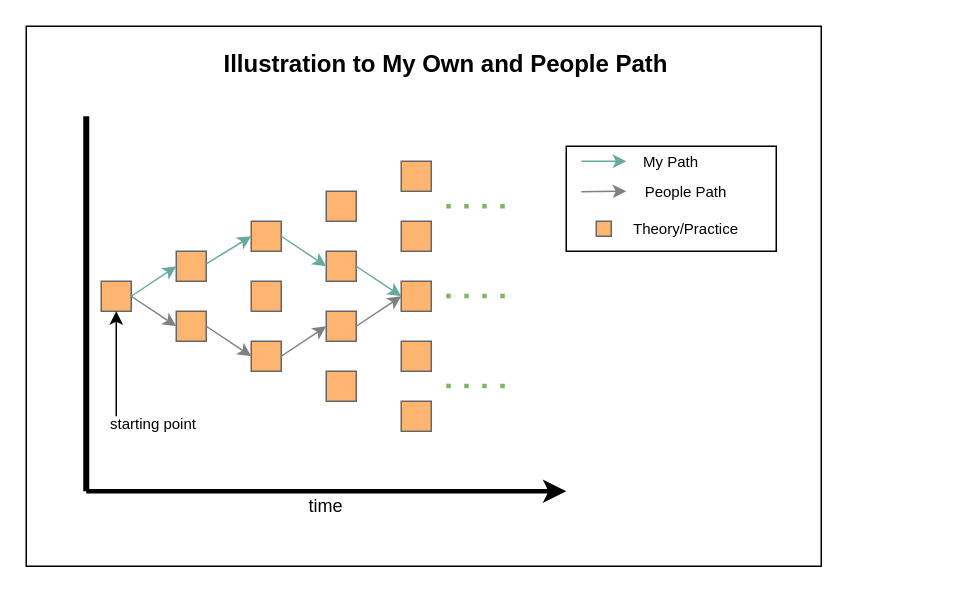
This is cybernetworkroadmap.drawio from troders34/roadmap, a draw.io file, before an edit. Source tidied: cells renumbered, new cells numbered last; positions are measured from the earlier drawing's top-left corner, leaving out a move shared by most shapes. Both pictures are drawn from the tidied source at 150%, with x=0, y=0 at pixel (26, 26).
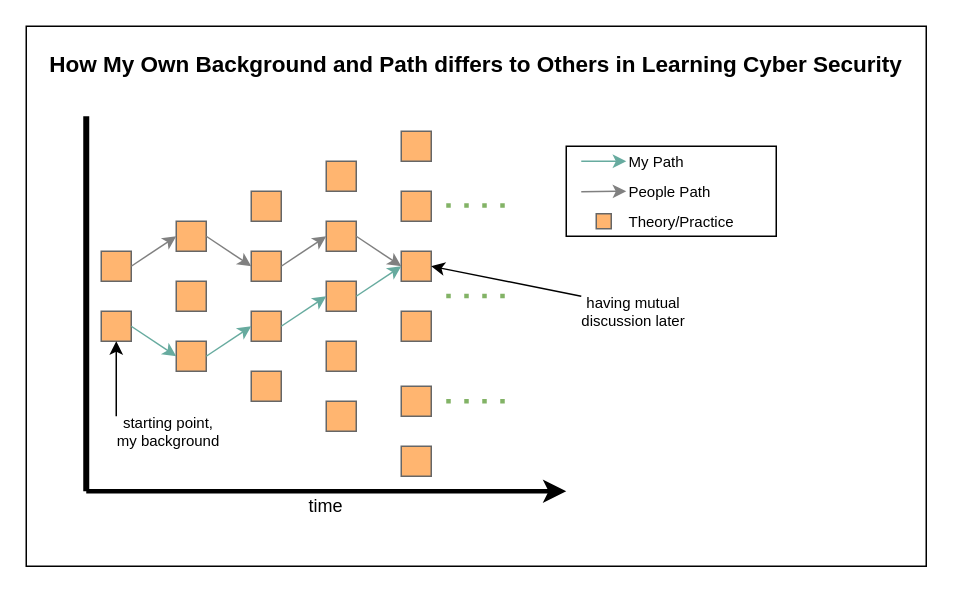
The same page after the edit.

What changed in the source:
```diff
@@
-    <mxCell id="2" style="group;" parent="1" vertex="1">
-      <mxGeometry width="530" height="360" as="geometry" />
-    </mxCell>
-    <mxCell id="3" style="rounded=0;whiteSpace=wrap;html=1;" parent="2" vertex="1">
-      <mxGeometry width="530" height="360" as="geometry" />
+    <mxCell id="3" style="rounded=0;whiteSpace=wrap;html=1;" parent="1" vertex="1">
+      <mxGeometry width="600" height="360" as="geometry" />
     </mxCell>
-    <mxCell id="4" style="rounded=1;whiteSpace=wrap;html=1;fillColor=#FFB570;strokeColor=#666666;arcSize=0;fontColor=#333333;" parent="2" vertex="1">
-      <mxGeometry x="150" y="210" width="20" height="20" as="geometry" />
+    <mxCell id="4" style="rounded=1;whiteSpace=wrap;html=1;fillColor=#FFB570;strokeColor=#666666;arcSize=0;fontColor=#333333;" parent="1" vertex="1">
+      <mxGeometry x="100" y="210" width="20" height="20" as="geometry" />
     </mxCell>
-    <mxCell id="5" style="rounded=1;whiteSpace=wrap;html=1;fillColor=#FFB570;strokeColor=#666666;arcSize=0;fontColor=#333333;" parent="2" vertex="1">
-      <mxGeometry x="150" y="170" width="20" height="20" as="geometry" />
+    <mxCell id="5" style="rounded=1;whiteSpace=wrap;html=1;fillColor=#FFB570;strokeColor=#666666;arcSize=0;fontColor=#333333;" parent="1" vertex="1">
+      <mxGeometry x="100" y="170" width="20" height="20" as="geometry" />
     </mxCell>
-    <mxCell id="6" style="rounded=1;whiteSpace=wrap;html=1;fillColor=#FFB570;strokeColor=#666666;arcSize=0;fontColor=#333333;" parent="2" vertex="1">
-      <mxGeometry x="250" y="250" width="20" height="20" as="geometry" />
+    <mxCell id="6" style="rounded=1;whiteSpace=wrap;html=1;fillColor=#FFB570;strokeColor=#666666;arcSize=0;fontColor=#333333;" parent="1" vertex="1">
+      <mxGeometry x="200" y="250" width="20" height="20" as="geometry" />
     </mxCell>
-    <mxCell id="7" style="rounded=1;whiteSpace=wrap;html=1;fillColor=#FFB570;strokeColor=#666666;arcSize=0;fontColor=#333333;" parent="2" vertex="1">
-      <mxGeometry x="250" y="210" width="20" height="20" as="geometry" />
+    <mxCell id="7" style="rounded=1;whiteSpace=wrap;html=1;fillColor=#FFB570;strokeColor=#666666;arcSize=0;fontColor=#333333;" parent="1" vertex="1">
+      <mxGeometry x="200" y="210" width="20" height="20" as="geometry" />
     </mxCell>
-    <mxCell id="8" style="rounded=1;whiteSpace=wrap;html=1;fillColor=#FFB570;strokeColor=#666666;arcSize=0;fontColor=#333333;" parent="2" vertex="1">
-      <mxGeometry x="250" y="170" width="20" height="20" as="geometry" />
+    <mxCell id="8" style="rounded=1;whiteSpace=wrap;html=1;fillColor=#FFB570;strokeColor=#666666;arcSize=0;fontColor=#333333;" parent="1" vertex="1">
+      <mxGeometry x="200" y="170" width="20" height="20" as="geometry" />
     </mxCell>
-    <mxCell id="9" style="rounded=1;whiteSpace=wrap;html=1;fillColor=#FFB570;strokeColor=#666666;arcSize=0;fontColor=#333333;" parent="2" vertex="1">
-      <mxGeometry x="200" y="150" width="20" height="20" as="geometry" />
+    <mxCell id="9" style="rounded=1;whiteSpace=wrap;html=1;fillColor=#FFB570;strokeColor=#666666;arcSize=0;fontColor=#333333;" parent="1" vertex="1">
+      <mxGeometry x="150" y="150" width="20" height="20" as="geometry" />
     </mxCell>
-    <mxCell id="10" style="rounded=1;whiteSpace=wrap;html=1;fillColor=#FFB570;strokeColor=#666666;arcSize=0;fontColor=#333333;" parent="2" vertex="1">
-      <mxGeometry x="200" y="110" width="20" height="20" as="geometry" />
+    <mxCell id="10" style="rounded=1;whiteSpace=wrap;html=1;fillColor=#FFB570;strokeColor=#666666;arcSize=0;fontColor=#333333;" parent="1" vertex="1">
+      <mxGeometry x="150" y="110" width="20" height="20" as="geometry" />
     </mxCell>
-    <mxCell id="11" style="rounded=1;whiteSpace=wrap;html=1;fillColor=#FFB570;strokeColor=#666666;arcSize=0;fontColor=#333333;" parent="2" vertex="1">
-      <mxGeometry x="250" y="130" width="20" height="20" as="geometry" />
+    <mxCell id="11" style="rounded=1;whiteSpace=wrap;html=1;fillColor=#FFB570;strokeColor=#666666;arcSize=0;fontColor=#333333;" parent="1" vertex="1">
+      <mxGeometry x="200" y="130" width="20" height="20" as="geometry" />
     </mxCell>
-    <mxCell id="12" style="rounded=1;whiteSpace=wrap;html=1;fillColor=#FFB570;strokeColor=#666666;arcSize=0;fontColor=#333333;" parent="2" vertex="1">
-      <mxGeometry x="200" y="230" width="20" height="20" as="geometry" />
+    <mxCell id="12" style="rounded=1;whiteSpace=wrap;html=1;fillColor=#FFB570;strokeColor=#666666;arcSize=0;fontColor=#333333;" parent="1" vertex="1">
+      <mxGeometry x="150" y="230" width="20" height="20" as="geometry" />
     </mxCell>
-    <mxCell id="13" style="rounded=1;whiteSpace=wrap;html=1;fillColor=#FFB570;strokeColor=#666666;arcSize=0;fontColor=#333333;" parent="2" vertex="1">
-      <mxGeometry x="200" y="190" width="20" height="20" as="geometry" />
+    <mxCell id="13" style="rounded=1;whiteSpace=wrap;html=1;fillColor=#FFB570;strokeColor=#666666;arcSize=0;fontColor=#333333;" parent="1" vertex="1">
+      <mxGeometry x="150" y="190" width="20" height="20" as="geometry" />
     </mxCell>
-    <mxCell id="14" style="rounded=1;whiteSpace=wrap;html=1;fillColor=#FFB570;strokeColor=#666666;arcSize=0;fontColor=#333333;" parent="2" vertex="1">
-      <mxGeometry x="250" y="90" width="20" height="20" as="geometry" />
+    <mxCell id="14" style="rounded=1;whiteSpace=wrap;html=1;fillColor=#FFB570;strokeColor=#666666;arcSize=0;fontColor=#333333;" parent="1" vertex="1">
+      <mxGeometry x="200" y="90" width="20" height="20" as="geometry" />
     </mxCell>
-    <mxCell id="15" style="rounded=1;whiteSpace=wrap;html=1;fillColor=#FFB570;strokeColor=#666666;arcSize=0;fontColor=#333333;" parent="2" vertex="1">
-      <mxGeometry x="150" y="130" width="20" height="20" as="geometry" />
+    <mxCell id="15" style="rounded=1;whiteSpace=wrap;html=1;fillColor=#FFB570;strokeColor=#666666;arcSize=0;fontColor=#333333;" parent="1" vertex="1">
+      <mxGeometry x="100" y="130" width="20" height="20" as="geometry" />
     </mxCell>
-    <mxCell id="16" style="rounded=1;whiteSpace=wrap;html=1;fillColor=#FFB570;strokeColor=#666666;arcSize=0;fontColor=#333333;" parent="2" vertex="1">
-      <mxGeometry x="100" y="190" width="20" height="20" as="geometry" />
+    <mxCell id="16" style="rounded=1;whiteSpace=wrap;html=1;fillColor=#FFB570;strokeColor=#666666;arcSize=0;fontColor=#333333;" parent="1" vertex="1">
+      <mxGeometry x="50" y="190" width="20" height="20" as="geometry" />
     </mxCell>
-    <mxCell id="17" style="rounded=1;whiteSpace=wrap;html=1;fillColor=#FFB570;strokeColor=#666666;arcSize=0;fontColor=#333333;" parent="2" vertex="1">
-      <mxGeometry x="100" y="150" width="20" height="20" as="geometry" />
+    <mxCell id="17" style="rounded=1;whiteSpace=wrap;html=1;fillColor=#FFB570;strokeColor=#666666;arcSize=0;fontColor=#333333;" parent="1" vertex="1">
+      <mxGeometry x="50" y="150" width="20" height="20" as="geometry" />
     </mxCell>
-    <mxCell id="18" style="rounded=1;whiteSpace=wrap;html=1;fillColor=#FFB570;strokeColor=#666666;arcSize=0;fontColor=#333333;" parent="2" vertex="1">
-      <mxGeometry x="50" y="170" width="20" height="20" as="geometry" />
-    </mxCell>
-    <mxCell id="19" style="endArrow=none;dashed=1;html=1;dashPattern=1 3;strokeWidth=3;rounded=0;fillColor=#d5e8d4;strokeColor=#82b366;" parent="2" edge="1">
+    <mxCell id="19" style="endArrow=none;dashed=1;html=1;dashPattern=1 3;strokeWidth=3;rounded=0;fillColor=#d5e8d4;strokeColor=#82b366;" parent="1" edge="1">
       <mxGeometry relative="1" as="geometry">
-        <mxPoint x="280" y="120" as="sourcePoint" />
-        <mxPoint x="320" y="120" as="targetPoint" />
+        <mxPoint x="280" y="119.5" as="sourcePoint" />
+        <mxPoint x="320" y="119.5" as="targetPoint" />
       </mxGeometry>
     </mxCell>
-    <mxCell id="20" style="endArrow=none;dashed=1;html=1;dashPattern=1 3;strokeWidth=3;rounded=0;fillColor=#d5e8d4;strokeColor=#82b366;" parent="2" edge="1">
+    <mxCell id="20" style="endArrow=none;dashed=1;html=1;dashPattern=1 3;strokeWidth=3;rounded=0;fillColor=#d5e8d4;strokeColor=#82b366;" parent="1" edge="1">
       <mxGeometry relative="1" as="geometry">
         <mxPoint x="280" y="179.8" as="sourcePoint" />
         <mxPoint x="320" y="179.8" as="targetPoint" />
       </mxGeometry>
     </mxCell>
-    <mxCell id="21" style="endArrow=none;dashed=1;html=1;dashPattern=1 3;strokeWidth=3;rounded=0;fillColor=#d5e8d4;strokeColor=#82b366;" parent="2" edge="1">
+    <mxCell id="21" style="endArrow=none;dashed=1;html=1;dashPattern=1 3;strokeWidth=3;rounded=0;fillColor=#d5e8d4;strokeColor=#82b366;" parent="1" edge="1">
       <mxGeometry relative="1" as="geometry">
-        <mxPoint x="280" y="239.8" as="sourcePoint" />
-        <mxPoint x="320" y="239.8" as="targetPoint" />
+        <mxPoint x="280" y="250" as="sourcePoint" />
+        <mxPoint x="320" y="250" as="targetPoint" />
       </mxGeometry>
     </mxCell>
-    <mxCell id="22" value="time" style="text;html=1;align=center;verticalAlign=middle;whiteSpace=wrap;rounded=0;" parent="2" vertex="1">
+    <mxCell id="22" value="time" style="text;html=1;align=center;verticalAlign=middle;whiteSpace=wrap;rounded=0;" parent="1" vertex="1">
       <mxGeometry x="170" y="310" width="60" height="20" as="geometry" />
     </mxCell>
-    <mxCell id="23" style="endArrow=classic;html=1;rounded=0;" parent="2" edge="1">
+    <mxCell id="23" style="endArrow=classic;html=1;rounded=0;entryX=0.5;entryY=1;entryDx=0;entryDy=0;" parent="1" edge="1" target="16">
       <mxGeometry relative="1" as="geometry">
         <mxPoint x="60" y="260" as="sourcePoint" />
-        <mxPoint x="60" y="190" as="targetPoint" />
       </mxGeometry>
     </mxCell>
-    <mxCell id="24" style="endArrow=classic;html=1;rounded=0;strokeWidth=3;" parent="2" edge="1">
+    <mxCell id="24" style="endArrow=classic;html=1;rounded=0;strokeWidth=3;" parent="1" edge="1">
       <mxGeometry relative="1" as="geometry">
         <mxPoint x="40" y="310" as="sourcePoint" />
         <mxPoint x="360" y="310" as="targetPoint" />
       </mxGeometry>
     </mxCell>
-    <mxCell id="25" style="endArrow=none;html=1;rounded=0;strokeWidth=4;" parent="2" edge="1">
+    <mxCell id="25" style="endArrow=none;html=1;rounded=0;strokeWidth=4;" parent="1" edge="1">
       <mxGeometry relative="1" as="geometry">
         <mxPoint x="40" y="60" as="sourcePoint" />
         <mxPoint x="40" y="310" as="targetPoint" />
       </mxGeometry>
     </mxCell>
-    <mxCell id="26" value="starting point" style="text;html=1;align=center;verticalAlign=middle;whiteSpace=wrap;rounded=0;fontSize=10;" parent="2" vertex="1">
-      <mxGeometry x="50" y="260" width="70" height="10" as="geometry" />
+    <mxCell id="26" value="starting point,&lt;div&gt;my background&lt;/div&gt;" style="text;html=1;align=center;verticalAlign=middle;whiteSpace=wrap;rounded=0;fontSize=10;" parent="1" vertex="1">
+      <mxGeometry x="50" y="260" width="90" height="20" as="geometry" />
     </mxCell>
-    <mxCell id="27" style="endArrow=classic;html=1;rounded=0;strokeColor=#67AB9F;strokeWidth=1;exitX=1;exitY=0.5;exitDx=0;exitDy=0;entryX=0;entryY=0.5;entryDx=0;entryDy=0;" parent="2" edge="1" source="18" target="17">
-      <mxGeometry relative="1" as="geometry" />
-    </mxCell>
-    <mxCell id="28" style="endArrow=classic;html=1;rounded=0;strokeColor=#67AB9F;strokeWidth=1;exitX=1.01;exitY=0.414;exitDx=0;exitDy=0;entryX=0;entryY=0.5;entryDx=0;entryDy=0;exitPerimeter=0;" parent="2" edge="1" source="17" target="15">
+    <mxCell id="28" style="endArrow=classic;html=1;rounded=0;strokeColor=#67AB9F;strokeWidth=1;exitX=1;exitY=0.5;exitDx=0;exitDy=0;entryX=0;entryY=0.5;entryDx=0;entryDy=0;" parent="1" edge="1" source="4" target="13">
       <mxGeometry relative="1" as="geometry" />
     </mxCell>
-    <mxCell id="29" style="endArrow=classic;html=1;rounded=0;strokeColor=#67AB9F;strokeWidth=1;exitX=1;exitY=0.5;exitDx=0;exitDy=0;entryX=0;entryY=0.5;entryDx=0;entryDy=0;" parent="2" edge="1" source="15" target="9">
-      <mxGeometry relative="1" as="geometry" />
-    </mxCell>
-    <mxCell id="30" style="endArrow=classic;html=1;rounded=0;strokeColor=#67AB9F;strokeWidth=1;exitX=1;exitY=0.5;exitDx=0;exitDy=0;entryX=0;entryY=0.5;entryDx=0;entryDy=0;" parent="2" edge="1" source="9" target="8">
+    <mxCell id="30" style="endArrow=classic;html=1;rounded=0;strokeColor=#67AB9F;strokeWidth=1;exitX=1;exitY=0.5;exitDx=0;exitDy=0;entryX=0;entryY=0.5;entryDx=0;entryDy=0;" parent="1" edge="1" source="13" target="8">
       <mxGeometry relative="1" as="geometry" />
     </mxCell>
-    <mxCell id="31" style="endArrow=classic;html=1;rounded=0;strokeColor=#808080;strokeWidth=1;exitX=1;exitY=0.5;exitDx=0;exitDy=0;entryX=0;entryY=0.5;entryDx=0;entryDy=0;" parent="2" edge="1" source="18" target="16">
-      <mxGeometry relative="1" as="geometry" />
-    </mxCell>
-    <mxCell id="32" style="endArrow=classic;html=1;rounded=0;strokeColor=#808080;strokeWidth=1;exitX=1;exitY=0.5;exitDx=0;exitDy=0;entryX=0;entryY=0.5;entryDx=0;entryDy=0;" parent="2" edge="1" source="16" target="4">
+    <mxCell id="32" style="endArrow=classic;html=1;rounded=0;strokeColor=#67AB9F;strokeWidth=1;exitX=1;exitY=0.5;exitDx=0;exitDy=0;entryX=0;entryY=0.5;entryDx=0;entryDy=0;" parent="1" edge="1" source="16" target="4">
       <mxGeometry relative="1" as="geometry" />
     </mxCell>
-    <mxCell id="33" style="endArrow=classic;html=1;rounded=0;strokeColor=#808080;strokeWidth=1;exitX=1;exitY=0.5;exitDx=0;exitDy=0;entryX=0;entryY=0.5;entryDx=0;entryDy=0;" parent="2" edge="1" source="4" target="13">
+    <mxCell id="33" style="endArrow=classic;html=1;rounded=0;strokeColor=#808080;strokeWidth=1;exitX=1;exitY=0.5;exitDx=0;exitDy=0;entryX=0;entryY=0.5;entryDx=0;entryDy=0;" parent="1" edge="1" source="15" target="9">
       <mxGeometry relative="1" as="geometry" />
     </mxCell>
-    <mxCell id="34" style="endArrow=classic;html=1;rounded=0;strokeColor=#808080;strokeWidth=1;exitX=1;exitY=0.5;exitDx=0;exitDy=0;entryX=0;entryY=0.5;entryDx=0;entryDy=0;" parent="2" edge="1" source="13" target="8">
+    <mxCell id="34" style="endArrow=classic;html=1;rounded=0;strokeColor=#808080;strokeWidth=1;exitX=1;exitY=0.5;exitDx=0;exitDy=0;entryX=0;entryY=0.5;entryDx=0;entryDy=0;" parent="1" edge="1" source="17" target="15">
       <mxGeometry relative="1" as="geometry" />
     </mxCell>
-    <mxCell id="35" style="group;" parent="2" vertex="1">
-      <mxGeometry x="360" y="80" width="140" height="70" as="geometry" />
-    </mxCell>
+    <mxCell id="44" style="rounded=1;whiteSpace=wrap;html=1;fillColor=#FFB570;strokeColor=#666666;arcSize=0;fontColor=#333333;" parent="1" vertex="1">
+      <mxGeometry x="250" y="70" width="20" height="20" as="geometry" />
+    </mxCell>
+    <mxCell id="45" style="rounded=1;whiteSpace=wrap;html=1;fillColor=#FFB570;strokeColor=#666666;arcSize=0;fontColor=#333333;" parent="1" vertex="1">
+      <mxGeometry x="250" y="110" width="20" height="20" as="geometry" />
+    </mxCell>
+    <mxCell id="46" style="rounded=1;whiteSpace=wrap;html=1;fillColor=#FFB570;strokeColor=#666666;arcSize=0;fontColor=#333333;" parent="1" vertex="1">
+      <mxGeometry x="250" y="150" width="20" height="20" as="geometry" />
+    </mxCell>
+    <mxCell id="47" style="rounded=1;whiteSpace=wrap;html=1;fillColor=#FFB570;strokeColor=#666666;arcSize=0;fontColor=#333333;" parent="1" vertex="1">
+      <mxGeometry x="250" y="190" width="20" height="20" as="geometry" />
+    </mxCell>
+    <mxCell id="48" style="rounded=1;whiteSpace=wrap;html=1;fillColor=#FFB570;strokeColor=#666666;arcSize=0;fontColor=#333333;" parent="1" vertex="1">
+      <mxGeometry x="250" y="240" width="20" height="20" as="geometry" />
+    </mxCell>
+    <mxCell id="49" style="rounded=1;whiteSpace=wrap;html=1;fillColor=#FFB570;strokeColor=#666666;arcSize=0;fontColor=#333333;" parent="1" vertex="1">
+      <mxGeometry x="250" y="280" width="20" height="20" as="geometry" />
+    </mxCell>
+    <mxCell id="50" style="endArrow=classic;html=1;rounded=0;strokeColor=#808080;strokeWidth=1;exitX=1;exitY=0.5;exitDx=0;exitDy=0;entryX=0;entryY=0.5;entryDx=0;entryDy=0;" parent="1" edge="1" source="9" target="11">
+      <mxGeometry relative="1" as="geometry" />
+    </mxCell>
+    <mxCell id="51" style="endArrow=classic;html=1;rounded=0;strokeColor=#808080;strokeWidth=1;exitX=1;exitY=0.5;exitDx=0;exitDy=0;entryX=0;entryY=0.5;entryDx=0;entryDy=0;" parent="1" edge="1" source="11" target="46">
+      <mxGeometry relative="1" as="geometry" />
+    </mxCell>
+    <mxCell id="52" style="endArrow=classic;html=1;rounded=0;strokeColor=#67AB9F;strokeWidth=1;exitX=1;exitY=0.5;exitDx=0;exitDy=0;entryX=0;entryY=0.5;entryDx=0;entryDy=0;" parent="1" edge="1" source="8" target="46">
+      <mxGeometry relative="1" as="geometry" />
+    </mxCell>
-    <mxCell id="36" style="rounded=0;whiteSpace=wrap;html=1;" parent="35" vertex="1">
-      <mxGeometry width="140" height="70" as="geometry" />
+    <mxCell id="36" style="rounded=0;whiteSpace=wrap;html=1;" parent="1" vertex="1">
+      <mxGeometry x="360" y="80" width="140" height="60" as="geometry" />
     </mxCell>
-    <mxCell id="37" style="endArrow=classic;html=1;rounded=0;strokeColor=#67AB9F;strokeWidth=1;exitX=1;exitY=0.5;exitDx=0;exitDy=0;" parent="35" edge="1">
+    <mxCell id="37" style="endArrow=classic;html=1;rounded=0;strokeColor=#67AB9F;strokeWidth=1;exitX=1;exitY=0.5;exitDx=0;exitDy=0;" parent="1" edge="1">
       <mxGeometry relative="1" as="geometry">
-        <mxPoint x="10" y="10" as="sourcePoint" />
-        <mxPoint x="40" y="10" as="targetPoint" />
+        <mxPoint x="370" y="90" as="sourcePoint" />
+        <mxPoint x="400" y="90" as="targetPoint" />
       </mxGeometry>
     </mxCell>
-    <mxCell id="38" style="endArrow=classic;html=1;rounded=0;strokeColor=#808080;strokeWidth=1;exitX=1;exitY=0.5;exitDx=0;exitDy=0;" parent="35" edge="1">
+    <mxCell id="38" style="endArrow=classic;html=1;rounded=0;strokeColor=#808080;strokeWidth=1;exitX=1;exitY=0.5;exitDx=0;exitDy=0;" parent="1" edge="1">
       <mxGeometry relative="1" as="geometry">
-        <mxPoint x="10" y="30.4" as="sourcePoint" />
-        <mxPoint x="40" y="30" as="targetPoint" />
+        <mxPoint x="370" y="110.4" as="sourcePoint" />
+        <mxPoint x="400" y="110" as="targetPoint" />
       </mxGeometry>
     </mxCell>
-    <mxCell id="39" value="My Path" style="text;html=1;align=center;verticalAlign=middle;whiteSpace=wrap;rounded=0;fontSize=10;" parent="35" vertex="1">
-      <mxGeometry x="40" width="60" height="20" as="geometry" />
+    <mxCell id="39" value="My Path" style="text;html=1;align=left;verticalAlign=middle;whiteSpace=wrap;rounded=0;fontSize=10;" parent="1" vertex="1">
+      <mxGeometry x="400" y="80" width="60" height="20" as="geometry" />
     </mxCell>
-    <mxCell id="40" value="People Path" style="text;html=1;align=center;verticalAlign=middle;whiteSpace=wrap;rounded=0;fontSize=10;" parent="35" vertex="1">
-      <mxGeometry x="40" y="20" width="80" height="20" as="geometry" />
+    <mxCell id="40" value="People Path" style="text;html=1;align=left;verticalAlign=middle;whiteSpace=wrap;rounded=0;fontSize=10;" parent="1" vertex="1">
+      <mxGeometry x="400" y="100" width="80" height="20" as="geometry" />
     </mxCell>
-    <mxCell id="41" style="rounded=1;whiteSpace=wrap;html=1;fillColor=#FFB570;strokeColor=#666666;arcSize=0;fontColor=#333333;" parent="35" vertex="1">
-      <mxGeometry x="20" y="50" width="10" height="10" as="geometry" />
+    <mxCell id="41" style="rounded=1;whiteSpace=wrap;html=1;fillColor=#FFB570;strokeColor=#666666;arcSize=0;fontColor=#333333;" parent="1" vertex="1">
+      <mxGeometry x="380" y="125" width="10" height="10" as="geometry" />
     </mxCell>
-    <mxCell id="42" value="Theory/Practice" style="text;html=1;align=center;verticalAlign=middle;whiteSpace=wrap;rounded=0;fontSize=10;" parent="35" vertex="1">
-      <mxGeometry x="40" y="45" width="80" height="20" as="geometry" />
+    <mxCell id="42" value="Theory/Practice" style="text;html=1;align=left;verticalAlign=middle;whiteSpace=wrap;rounded=0;fontSize=10;" parent="1" vertex="1">
+      <mxGeometry x="400" y="120" width="80" height="20" as="geometry" />
     </mxCell>
-    <mxCell id="43" value="&lt;b&gt;&lt;font style=&quot;font-size: 16px;&quot;&gt;Illustration to My Own and People Path&lt;/font&gt;&lt;/b&gt;" style="text;html=1;align=center;verticalAlign=middle;whiteSpace=wrap;rounded=0;" parent="2" vertex="1">
-      <mxGeometry x="120" y="10" width="320" height="30" as="geometry" />
+    <mxCell id="43" value="&lt;span&gt;&lt;b&gt;How My Own Background and Path differs to Others in Learning Cyber Security&lt;/b&gt;&lt;/span&gt;" style="text;html=1;align=center;verticalAlign=middle;whiteSpace=wrap;rounded=0;fontSize=15;" parent="1" vertex="1">
+      <mxGeometry x="10" y="10" width="580" height="30" as="geometry" />
     </mxCell>
+    <mxCell id="53" style="endArrow=classic;html=1;rounded=0;entryX=1;entryY=0.5;entryDx=0;entryDy=0;" parent="1" edge="1" target="46">
+      <mxGeometry relative="1" as="geometry">
+        <mxPoint x="370" y="180" as="sourcePoint" />
+      </mxGeometry>
+    </mxCell>
+    <mxCell id="54" value="having mutual discussion later" style="text;html=1;align=center;verticalAlign=middle;whiteSpace=wrap;rounded=0;fontSize=10;" parent="1" vertex="1">
+      <mxGeometry x="360" y="180" width="90" height="20" as="geometry" />
+    </mxCell>
```
